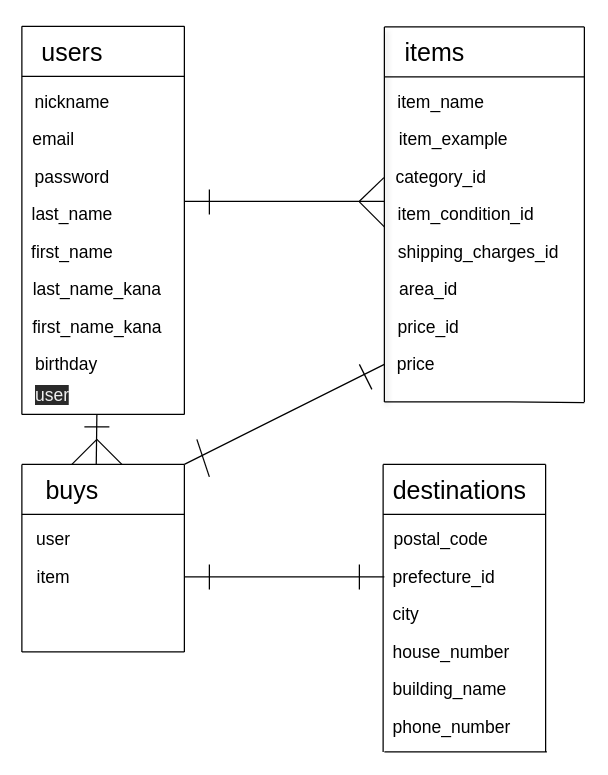
This is furima.dio from yoshihiro-kawamura/furima-31667, a draw.io file, before an edit. Source tidied: cells renumbered, new cells numbered last; positions are measured from the earlier drawing's top-left corner, leaving out a move shared by most shapes. Both pictures are drawn from the tidied source at 125%, with x=0, y=0 at pixel (21, 26).
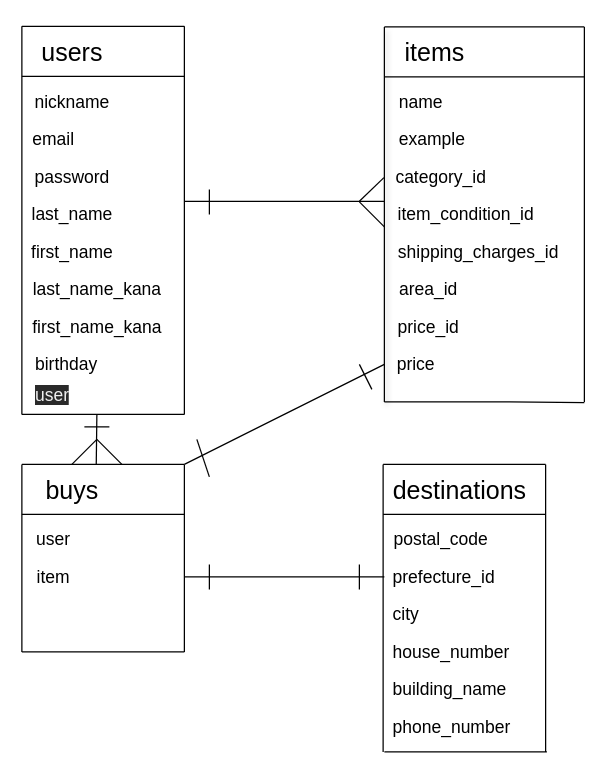
After the change.

Commit message (it also covers changes not shown here):
3回目修正（item）（建物名）

What changed in the source:
```diff
@@
-    <mxCell id="21" value="item_name" style="text;html=1;align=center;verticalAlign=middle;strokeWidth=1;fontSize=14;" parent="1" vertex="1">
-      <mxGeometry x="295" y="49.5" width="80" height="20" as="geometry" />
+    <mxCell id="21" value="name" style="text;html=1;align=left;verticalAlign=middle;strokeWidth=1;fontSize=14;" parent="1" vertex="1">
+      <mxGeometry x="300" y="49.5" width="50" height="20" as="geometry" />
     </mxCell>
-    <mxCell id="22" value="item_example" style="text;html=1;align=center;verticalAlign=middle;strokeWidth=1;fontSize=14;" parent="1" vertex="1">
-      <mxGeometry x="295" y="79.5" width="100" height="20" as="geometry" />
+    <mxCell id="22" value="example" style="text;html=1;align=left;verticalAlign=middle;strokeWidth=1;fontSize=14;" parent="1" vertex="1">
+      <mxGeometry x="300" y="79.5" width="70" height="20" as="geometry" />
     </mxCell>
```
